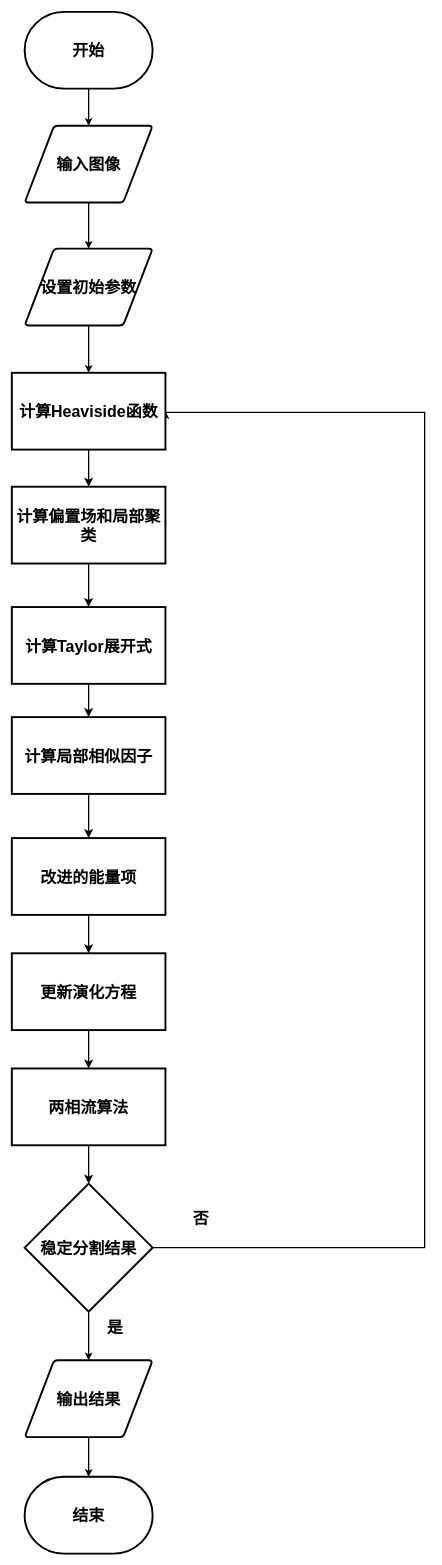
The draw.io diagram page "第 4 页" (3 of 5) of 1.drawio in pangda007/947842095-qq.com, before the edit. Source tidied: cells renumbered, new cells numbered last; positions are measured from the earlier drawing's top-left corner, leaving out a move shared by most shapes. Both pictures are drawn from the tidied source at 64%, with x=0, y=0 at pixel (12, 12).
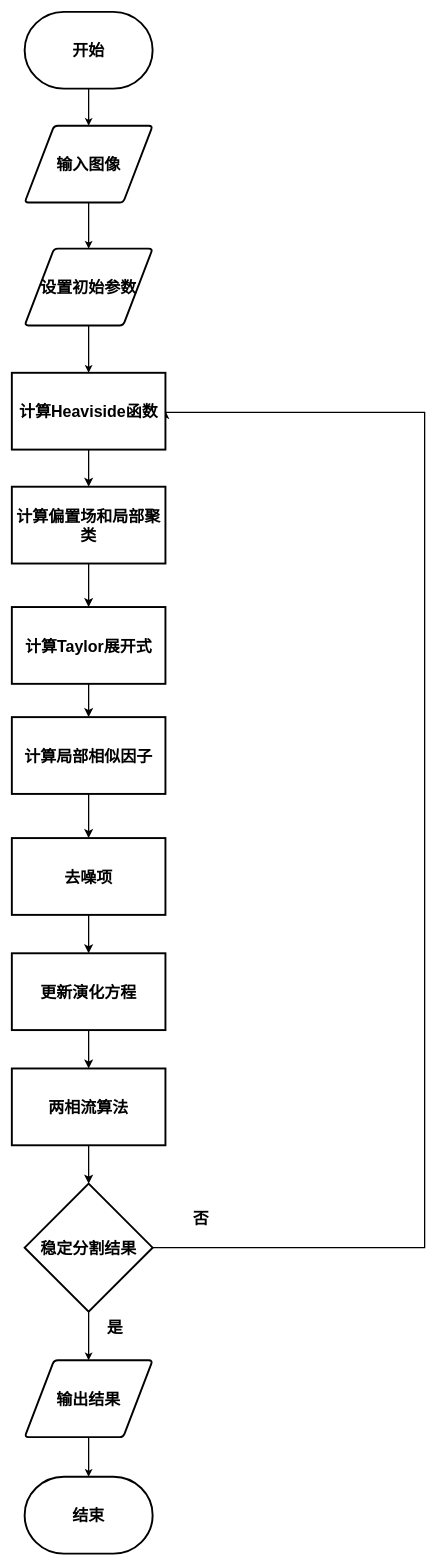
Above is the later version.

Diff of the diagram source:
```diff
@@
-    <mxCell id="14" value="&lt;b&gt;&lt;font style=&quot;font-size: 25px;&quot;&gt;改进的能量项&lt;/font&gt;&lt;/b&gt;" style="rounded=0;whiteSpace=wrap;html=1;strokeWidth=3;" parent="1" vertex="1">
+    <mxCell id="14" value="&lt;span style=&quot;font-size: 25px;&quot;&gt;&lt;b&gt;去噪项&lt;/b&gt;&lt;/span&gt;" style="rounded=0;whiteSpace=wrap;html=1;strokeWidth=3;" parent="1" vertex="1">
       <mxGeometry y="1291" width="240" height="120" as="geometry" />
     </mxCell>
```
